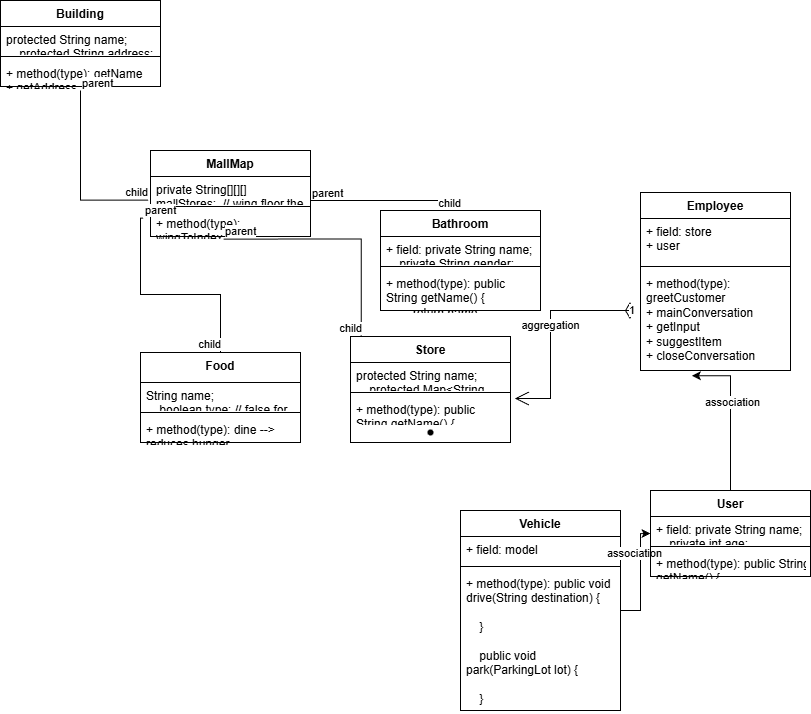
Above: Final Project Architecture Diagram.drawio.png in michellejiang2017/CSC120-FinalProject (draw.io), before the change. Source tidied: cells renumbered, new cells last; positions are measured from the earlier drawing's top-left corner, leaving out a move shared by most shapes.
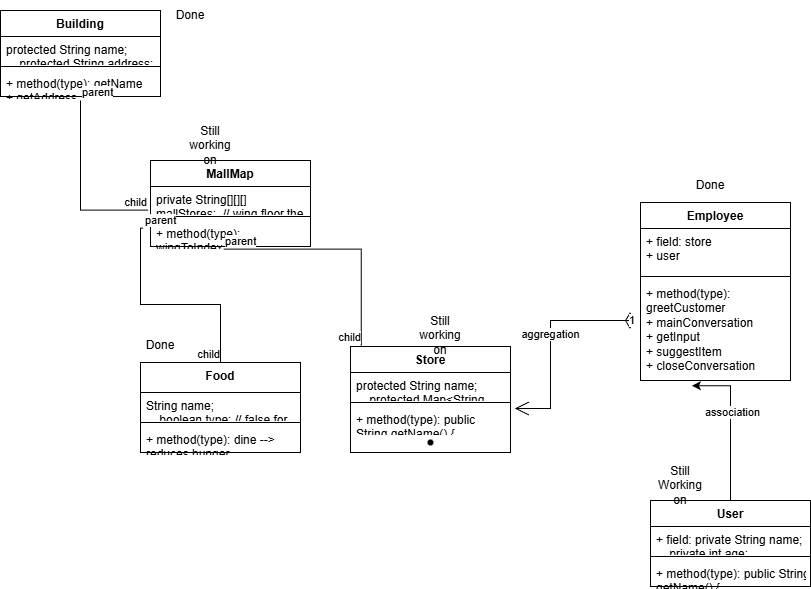
After the change.

Change to the diagram source:
```diff
@@ -2,18 +2,6 @@
   <root>
     <mxCell id="0" />
     <mxCell id="1" parent="0" />
-    <mxCell id="2" value="Bathroom" style="swimlane;fontStyle=1;align=center;verticalAlign=top;horizontal=1;startSize=26;whiteSpace=wrap;html=1;" parent="1" vertex="1">
-      <mxGeometry x="380" y="210" width="160" height="100" as="geometry" />
-    </mxCell>
-    <mxCell id="3" value="+ field:&amp;nbsp;&lt;span style=&quot;background-color: transparent;&quot;&gt;private String name;&lt;/span&gt;&lt;div&gt;&amp;nbsp; &amp;nbsp; private String gender;&amp;nbsp; &amp;nbsp;&lt;/div&gt;&lt;div&gt;&amp;nbsp; &amp;nbsp; private int capacity;&lt;/div&gt;&lt;div&gt;&amp;nbsp; &amp;nbsp; private List&amp;lt;User&amp;gt; inside;&amp;nbsp;&lt;/div&gt;" style="text;strokeColor=none;fillColor=none;align=left;verticalAlign=top;spacingLeft=4;spacingRight=4;overflow=hidden;whiteSpace=wrap;html=1;" parent="2" vertex="1">
-      <mxGeometry y="26" width="160" height="26" as="geometry" />
-    </mxCell>
-    <mxCell id="4" style="line;strokeWidth=1;fillColor=none;align=left;verticalAlign=middle;spacingTop=-1;spacingLeft=3;spacingRight=3;labelPosition=right;strokeColor=inherit;" parent="2" vertex="1">
-      <mxGeometry y="52" width="160" height="8" as="geometry" />
-    </mxCell>
-    <mxCell id="5" value="+ method(type):&amp;nbsp;&lt;span style=&quot;background-color: transparent;&quot;&gt;public String getName() {&lt;/span&gt;&lt;div&gt;&amp;nbsp; &amp;nbsp; &amp;nbsp; &amp;nbsp; return name;&lt;/div&gt;&lt;div&gt;&amp;nbsp; &amp;nbsp; }&lt;/div&gt;&lt;div&gt;&lt;br&gt;&lt;/div&gt;&lt;div&gt;&amp;nbsp; &amp;nbsp; public void use(User user) {&lt;/div&gt;&lt;div&gt;&amp;nbsp; &amp;nbsp; &amp;nbsp; &amp;nbsp;&amp;nbsp;&lt;/div&gt;&lt;div&gt;&amp;nbsp; &amp;nbsp; }&lt;/div&gt;&lt;div&gt;&lt;br&gt;&lt;/div&gt;&lt;div&gt;&amp;nbsp; &amp;nbsp; public void leave(User user) {&lt;/div&gt;&lt;div&gt;&amp;nbsp; &amp;nbsp; &amp;nbsp; &amp;nbsp;&amp;nbsp;&lt;/div&gt;&lt;div&gt;&amp;nbsp; &amp;nbsp; }&lt;/div&gt;&lt;div&gt;&lt;br&gt;&lt;/div&gt;" style="text;strokeColor=none;fillColor=none;align=left;verticalAlign=top;spacingLeft=4;spacingRight=4;overflow=hidden;whiteSpace=wrap;html=1;" parent="2" vertex="1">
-      <mxGeometry y="60" width="160" height="40" as="geometry" />
-    </mxCell>
     <mxCell id="6" value="Building" style="swimlane;fontStyle=1;align=center;verticalAlign=top;horizontal=1;startSize=26;whiteSpace=wrap;html=1;" parent="1" vertex="1">
       <mxGeometry width="160" height="86" as="geometry" />
     </mxCell>
@@ -65,18 +53,6 @@
     <mxCell id="22" style="shape=waypoint;sketch=0;size=6;fillColor=default;perimeter=centerPerimeter;verticalAlign=top;fontStyle=1;startSize=26;horizontal=1;" parent="18" vertex="1">
       <mxGeometry y="86" width="160" height="20" as="geometry" />
     </mxCell>
-    <mxCell id="23" value="Vehicle" style="swimlane;fontStyle=1;align=center;verticalAlign=top;horizontal=1;startSize=26;whiteSpace=wrap;html=1;" parent="1" vertex="1">
-      <mxGeometry x="460" y="510" width="160" height="200" as="geometry" />
-    </mxCell>
-    <mxCell id="24" value="+ field: model" style="text;strokeColor=none;fillColor=none;align=left;verticalAlign=top;spacingLeft=4;spacingRight=4;overflow=hidden;whiteSpace=wrap;html=1;" parent="23" vertex="1">
-      <mxGeometry y="26" width="160" height="26" as="geometry" />
-    </mxCell>
-    <mxCell id="25" style="line;strokeWidth=1;fillColor=none;align=left;verticalAlign=middle;spacingTop=-1;spacingLeft=3;spacingRight=3;labelPosition=right;strokeColor=inherit;" parent="23" vertex="1">
-      <mxGeometry y="52" width="160" height="8" as="geometry" />
-    </mxCell>
-    <mxCell id="26" value="+ method(type):&amp;nbsp;&lt;span style=&quot;background-color: transparent;&quot;&gt;public void drive(String destination) {&lt;/span&gt;&lt;div&gt;&amp;nbsp; &amp;nbsp; &amp;nbsp; &amp;nbsp;&lt;/div&gt;&lt;div&gt;&amp;nbsp; &amp;nbsp; }&lt;/div&gt;&lt;div&gt;&lt;br&gt;&lt;/div&gt;&lt;div&gt;&amp;nbsp; &amp;nbsp; public void park(ParkingLot lot) {&lt;/div&gt;&lt;div&gt;&amp;nbsp; &amp;nbsp; &amp;nbsp; &amp;nbsp;&amp;nbsp;&lt;/div&gt;&lt;div&gt;&amp;nbsp; &amp;nbsp; }&lt;/div&gt;" style="text;strokeColor=none;fillColor=none;align=left;verticalAlign=top;spacingLeft=4;spacingRight=4;overflow=hidden;whiteSpace=wrap;html=1;" parent="23" vertex="1">
-      <mxGeometry y="60" width="160" height="140" as="geometry" />
-    </mxCell>
     <mxCell id="27" style="endArrow=none;html=1;edgeStyle=orthogonalEdgeStyle;rounded=0;entryX=-0.015;entryY=0.907;entryDx=0;entryDy=0;entryPerimeter=0;" parent="1" edge="1" target="15">
       <mxGeometry relative="1" as="geometry">
         <mxPoint x="80" y="90" as="sourcePoint" />
@@ -103,17 +79,6 @@
     <mxCell id="31" value="aggregation" style="edgeLabel;html=1;align=center;verticalAlign=middle;" parent="30" vertex="1">
       <mxGeometry x="-0.03" y="-1" relative="1" as="geometry" />
     </mxCell>
-    <mxCell id="32" style="endArrow=none;html=1;edgeStyle=orthogonalEdgeStyle;rounded=0;entryX=0.5;entryY=0;entryDx=0;entryDy=0;" parent="1" edge="1" target="2">
-      <mxGeometry relative="1" as="geometry">
-        <mxPoint x="310" y="200" as="sourcePoint" />
-      </mxGeometry>
-    </mxCell>
-    <mxCell id="33" value="parent" style="edgeLabel;html=1;align=left;verticalAlign=bottom;" parent="32" vertex="1">
-      <mxGeometry x="-1" relative="1" as="geometry" />
-    </mxCell>
-    <mxCell id="34" value="child" style="edgeLabel;html=1;align=right;verticalAlign=bottom;" parent="32" vertex="1">
-      <mxGeometry x="1" relative="1" as="geometry" />
-    </mxCell>
     <mxCell id="35" value="Food" style="swimlane;fontStyle=1;align=center;verticalAlign=top;horizontal=1;startSize=30;whiteSpace=wrap;html=1;" parent="1" vertex="1">
       <mxGeometry x="140" y="352" width="160" height="90" as="geometry" />
     </mxCell>
@@ -126,12 +91,6 @@
     <mxCell id="38" value="+ method(type): dine --&amp;gt; reduces hunger" style="text;strokeColor=none;fillColor=none;align=left;verticalAlign=top;spacingLeft=4;spacingRight=4;overflow=hidden;whiteSpace=wrap;html=1;" parent="35" vertex="1">
       <mxGeometry y="64" width="160" height="26" as="geometry" />
     </mxCell>
-    <mxCell id="39" style="edgeStyle=orthogonalEdgeStyle;rounded=0;jettySize=auto;html=1;" parent="1" edge="1" source="23" target="41">
-      <mxGeometry relative="1" as="geometry" />
-    </mxCell>
-    <mxCell id="40" value="association" style="edgeLabel;html=1;align=center;verticalAlign=middle;" parent="39" vertex="1">
-      <mxGeometry x="0.47" y="7" relative="1" as="geometry" />
-    </mxCell>
     <mxCell id="41" value="User" style="swimlane;fontStyle=1;align=center;verticalAlign=top;horizontal=1;startSize=26;whiteSpace=wrap;html=1;" parent="1" vertex="1">
       <mxGeometry x="650" y="490" width="160" height="86" as="geometry" />
     </mxCell>
@@ -172,5 +131,23 @@
     <mxCell id="52" value="child" style="edgeLabel;html=1;align=right;verticalAlign=bottom;" parent="50" vertex="1">
       <mxGeometry x="1" relative="1" as="geometry" />
     </mxCell>
+    <mxCell id="53" value="Done" style="text;html=1;whiteSpace=wrap;strokeColor=none;fillColor=none;align=center;verticalAlign=middle;rounded=0;" parent="1" vertex="1">
+      <mxGeometry x="160" y="-10" width="60" height="30" as="geometry" />
+    </mxCell>
+    <mxCell id="54" value="Done" style="text;html=1;whiteSpace=wrap;strokeColor=none;fillColor=none;align=center;verticalAlign=middle;rounded=0;" parent="1" vertex="1">
+      <mxGeometry x="680" y="160" width="60" height="30" as="geometry" />
+    </mxCell>
+    <mxCell id="55" value="Still working on" style="text;html=1;whiteSpace=wrap;strokeColor=none;fillColor=none;align=center;verticalAlign=middle;rounded=0;" parent="1" vertex="1">
+      <mxGeometry x="410" y="310" width="60" height="30" as="geometry" />
+    </mxCell>
+    <mxCell id="56" value="Done" style="text;html=1;whiteSpace=wrap;strokeColor=none;fillColor=none;align=center;verticalAlign=middle;rounded=0;" parent="1" vertex="1">
+      <mxGeometry x="130" y="320" width="60" height="30" as="geometry" />
+    </mxCell>
+    <mxCell id="57" value="Still Working on" style="text;html=1;whiteSpace=wrap;strokeColor=none;fillColor=none;align=center;verticalAlign=middle;rounded=0;" parent="1" vertex="1">
+      <mxGeometry x="650" y="460" width="60" height="30" as="geometry" />
+    </mxCell>
+    <mxCell id="58" value="Still working on" style="text;html=1;whiteSpace=wrap;strokeColor=none;fillColor=none;align=center;verticalAlign=middle;rounded=0;" parent="1" vertex="1">
+      <mxGeometry x="180" y="120" width="60" height="30" as="geometry" />
+    </mxCell>
   </root>
 </mxGraphModel>
```
